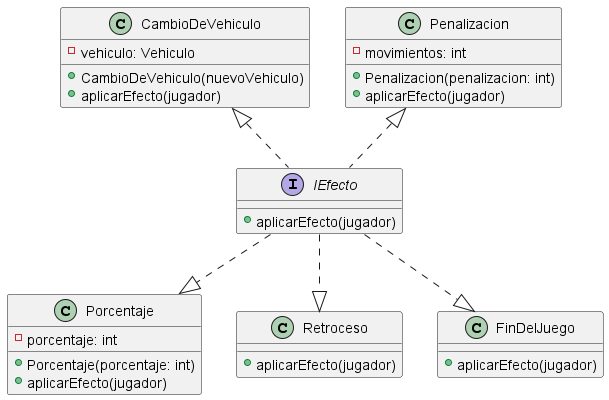
This is diagrams/classes/IEfecto/diagrama_IEfecto.png from NestorPala/T17-GPSChallenge, a PlantUML export, as it was before one commit. Source of this version:
```plantuml
@startuml

interface IEfecto {
    + aplicarEfecto(jugador)
}

class CambioDeVehiculo {
    - vehiculo: Vehiculo
    + CambioDeVehiculo(nuevoVehiculo)
    + aplicarEfecto(jugador)
}

class Penalizacion {
    - movimientos: int
    + Penalizacion(penalizacion: int)
    + aplicarEfecto(jugador)
}

class Porcentaje {
    - porcentaje: int
    + Porcentaje(porcentaje: int)
    + aplicarEfecto(jugador)
}

class Retroceso {
    + aplicarEfecto(jugador)
}

class FinDelJuego {
    + aplicarEfecto(jugador)
}

CambioDeVehiculo <|.. IEfecto
Penalizacion <|.. IEfecto

IEfecto ..|> FinDelJuego
IEfecto ..|> Porcentaje
IEfecto ..|> Retroceso

@enduml
```
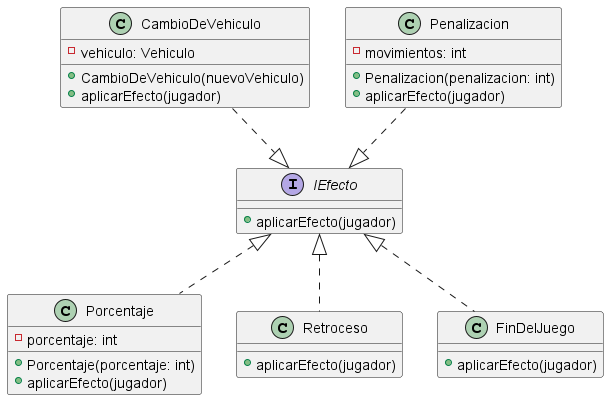
The same file after the commit.

Commit message:
modifico algunos diagramas de clases

Diff of the diagram source:
```diff
@@ -30,11 +30,11 @@
     + aplicarEfecto(jugador)
 }
 
-CambioDeVehiculo <|.. IEfecto
-Penalizacion <|.. IEfecto
+CambioDeVehiculo ..|> IEfecto
+Penalizacion ..|> IEfecto
 
-IEfecto ..|> FinDelJuego
-IEfecto ..|> Porcentaje
-IEfecto ..|> Retroceso
+IEfecto <|.. FinDelJuego
+IEfecto <|.. Porcentaje
+IEfecto <|.. Retroceso
 
 @enduml
```
